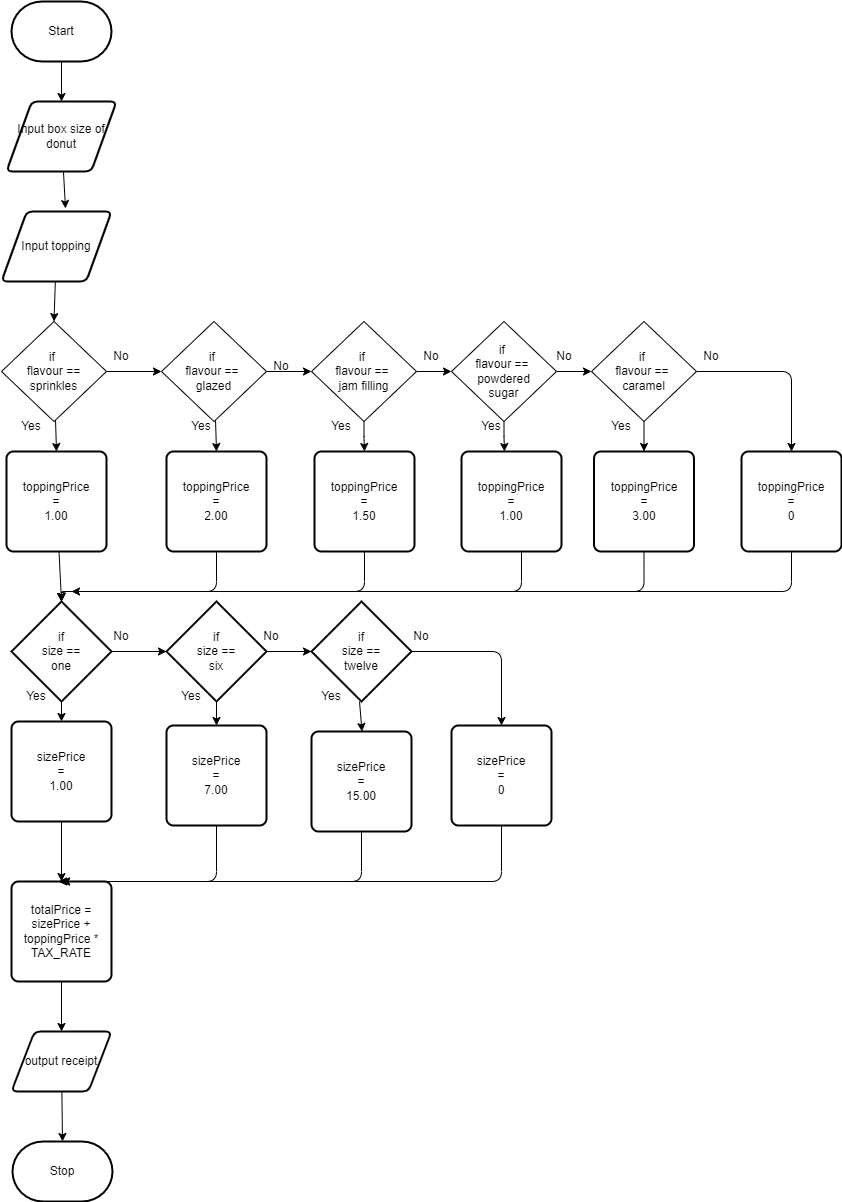
Above: design/flow-chart.png in Liya-Getachew/ICS2O-Assignment-4 (draw.io), before the change. Source tidied: cells renumbered, new cells last; positions are measured from the earlier drawing's top-left corner, leaving out a move shared by most shapes.
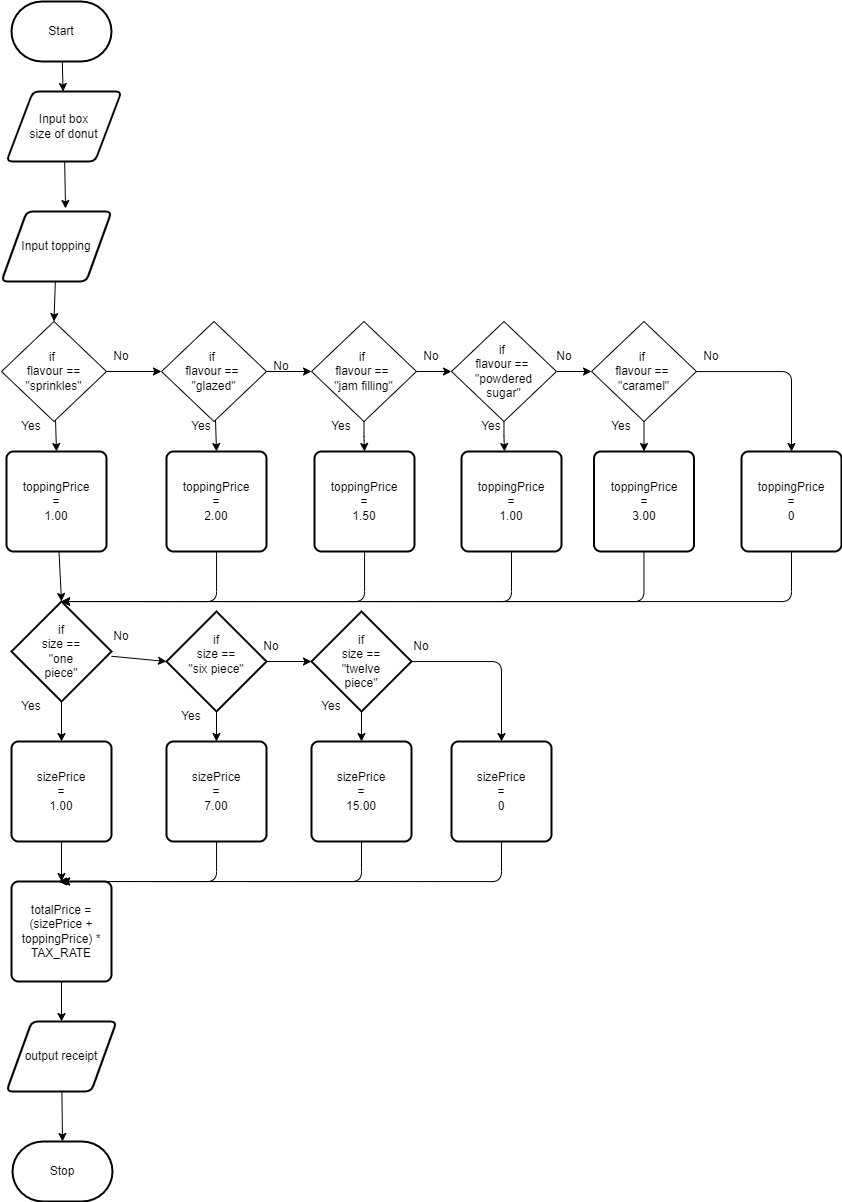
After the change.

Commit message:
final flowchart for now

Change to the diagram source:
```diff
@@ -11,8 +11,8 @@
     <mxCell id="4" style="edgeStyle=none;html=1;entryX=0.582;entryY=-0.043;entryDx=0;entryDy=0;entryPerimeter=0;" parent="1" edge="1" source="5" target="10">
       <mxGeometry relative="1" as="geometry" />
     </mxCell>
-    <mxCell id="5" value="Input box size of donut" style="shape=parallelogram;html=1;strokeWidth=2;perimeter=parallelogramPerimeter;whiteSpace=wrap;rounded=1;arcSize=12;size=0.23;" parent="1" vertex="1">
-      <mxGeometry x="5" y="100" width="110" height="70" as="geometry" />
+    <mxCell id="5" value="Input box &lt;br&gt;size of donut" style="shape=parallelogram;html=1;strokeWidth=2;perimeter=parallelogramPerimeter;whiteSpace=wrap;rounded=1;arcSize=12;size=0.23;" parent="1" vertex="1">
+      <mxGeometry x="5" y="90" width="115" height="70" as="geometry" />
     </mxCell>
     <mxCell id="6" style="edgeStyle=none;html=1;entryX=0.5;entryY=0;entryDx=0;entryDy=0;entryPerimeter=0;" parent="1" edge="1" source="7" target="16">
       <mxGeometry relative="1" as="geometry" />
@@ -35,41 +35,41 @@
     <mxCell id="12" style="edgeStyle=none;html=1;entryX=0;entryY=0.5;entryDx=0;entryDy=0;" parent="1" edge="1" source="13" target="27">
       <mxGeometry relative="1" as="geometry" />
     </mxCell>
-    <mxCell id="13" value="if&amp;nbsp;&lt;br&gt;flavour == sprinkles" style="rhombus;whiteSpace=wrap;html=1;" parent="1" vertex="1">
+    <mxCell id="13" value="if&amp;nbsp;&lt;br&gt;flavour == &quot;sprinkles&quot;" style="rhombus;whiteSpace=wrap;html=1;" parent="1" vertex="1">
       <mxGeometry y="320" width="105" height="100" as="geometry" />
     </mxCell>
     <mxCell id="14" style="edgeStyle=none;html=1;entryX=0.5;entryY=0;entryDx=0;entryDy=0;" parent="1" edge="1" source="16" target="18">
       <mxGeometry relative="1" as="geometry" />
     </mxCell>
-    <mxCell id="15" style="edgeStyle=orthogonalEdgeStyle;html=1;entryX=0;entryY=0.5;entryDx=0;entryDy=0;entryPerimeter=0;" parent="1" edge="1" source="16" target="58">
+    <mxCell id="15" style="html=1;entryX=0;entryY=0.5;entryDx=0;entryDy=0;entryPerimeter=0;" parent="1" edge="1" source="16" target="58">
       <mxGeometry relative="1" as="geometry" />
     </mxCell>
-    <mxCell id="16" value="if &lt;br&gt;size ==&lt;br&gt;one" style="strokeWidth=2;html=1;shape=mxgraph.flowchart.decision;whiteSpace=wrap;" parent="1" vertex="1">
+    <mxCell id="16" value="if &lt;br&gt;size ==&lt;br&gt;&quot;one&lt;br&gt;piece&quot;" style="strokeWidth=2;html=1;shape=mxgraph.flowchart.decision;whiteSpace=wrap;" parent="1" vertex="1">
       <mxGeometry x="10" y="600" width="100" height="100" as="geometry" />
     </mxCell>
     <mxCell id="17" style="edgeStyle=none;html=1;entryX=0.5;entryY=0;entryDx=0;entryDy=0;" parent="1" edge="1" source="18" target="20">
       <mxGeometry relative="1" as="geometry" />
     </mxCell>
     <mxCell id="18" value="sizePrice&lt;br&gt;=&lt;br&gt;1.00" style="rounded=1;whiteSpace=wrap;html=1;absoluteArcSize=1;arcSize=14;strokeWidth=2;" parent="1" vertex="1">
-      <mxGeometry x="10" y="720" width="100" height="100" as="geometry" />
+      <mxGeometry x="10" y="740" width="100" height="100" as="geometry" />
     </mxCell>
     <mxCell id="19" style="edgeStyle=none;html=1;entryX=0.5;entryY=0;entryDx=0;entryDy=0;" parent="1" edge="1" source="20" target="22">
       <mxGeometry relative="1" as="geometry" />
     </mxCell>
-    <mxCell id="20" value="totalPrice =&lt;br&gt;sizePrice + toppingPrice * TAX_RATE" style="rounded=1;whiteSpace=wrap;html=1;absoluteArcSize=1;arcSize=14;strokeWidth=2;" parent="1" vertex="1">
+    <mxCell id="20" value="totalPrice =&lt;br&gt;(sizePrice + toppingPrice) * TAX_RATE" style="rounded=1;whiteSpace=wrap;html=1;absoluteArcSize=1;arcSize=14;strokeWidth=2;" parent="1" vertex="1">
       <mxGeometry x="10" y="880" width="100" height="100" as="geometry" />
     </mxCell>
     <mxCell id="21" style="edgeStyle=none;html=1;entryX=0.5;entryY=0;entryDx=0;entryDy=0;entryPerimeter=0;" parent="1" edge="1" source="22" target="8">
       <mxGeometry relative="1" as="geometry" />
     </mxCell>
     <mxCell id="22" value="output receipt" style="shape=parallelogram;html=1;strokeWidth=2;perimeter=parallelogramPerimeter;whiteSpace=wrap;rounded=1;arcSize=12;size=0.23;" parent="1" vertex="1">
-      <mxGeometry x="10" y="1030" width="100" height="60" as="geometry" />
+      <mxGeometry x="5" y="1020" width="110" height="70" as="geometry" />
     </mxCell>
     <mxCell id="23" value="Yes" style="text;html=1;strokeColor=none;fillColor=none;align=center;verticalAlign=middle;whiteSpace=wrap;rounded=0;" parent="1" vertex="1">
       <mxGeometry y="410" width="60" height="30" as="geometry" />
     </mxCell>
     <mxCell id="24" value="Yes" style="text;html=1;strokeColor=none;fillColor=none;align=center;verticalAlign=middle;whiteSpace=wrap;rounded=0;" parent="1" vertex="1">
-      <mxGeometry x="5" y="680" width="60" height="30" as="geometry" />
+      <mxGeometry y="690" width="60" height="30" as="geometry" />
     </mxCell>
     <mxCell id="25" style="edgeStyle=none;html=1;entryX=0.5;entryY=0;entryDx=0;entryDy=0;" parent="1" edge="1" source="27" target="29">
       <mxGeometry relative="1" as="geometry" />
@@ -77,13 +77,13 @@
     <mxCell id="26" style="edgeStyle=orthogonalEdgeStyle;html=1;entryX=0;entryY=0.5;entryDx=0;entryDy=0;" parent="1" edge="1" source="27" target="33">
       <mxGeometry relative="1" as="geometry" />
     </mxCell>
-    <mxCell id="27" value="if&amp;nbsp;&lt;br&gt;flavour ==&amp;nbsp;&lt;br&gt;glazed" style="rhombus;whiteSpace=wrap;html=1;" parent="1" vertex="1">
+    <mxCell id="27" value="if&amp;nbsp;&lt;br&gt;flavour ==&amp;nbsp;&lt;br&gt;&quot;glazed&quot;" style="rhombus;whiteSpace=wrap;html=1;" parent="1" vertex="1">
       <mxGeometry x="160" y="320" width="105" height="100" as="geometry" />
     </mxCell>
     <mxCell id="28" style="edgeStyle=orthogonalEdgeStyle;html=1;entryX=0.5;entryY=0;entryDx=0;entryDy=0;entryPerimeter=0;" parent="1" edge="1" source="29" target="16">
       <mxGeometry relative="1" as="geometry">
         <Array as="points">
-          <mxPoint x="215" y="590" />
+          <mxPoint x="215" y="600" />
         </Array>
       </mxGeometry>
     </mxCell>
@@ -99,7 +99,7 @@
     <mxCell id="32" style="edgeStyle=orthogonalEdgeStyle;html=1;entryX=0.5;entryY=0;entryDx=0;entryDy=0;" parent="1" edge="1" source="33" target="41">
       <mxGeometry relative="1" as="geometry" />
     </mxCell>
-    <mxCell id="33" value="if&amp;nbsp;&lt;br&gt;flavour ==&amp;nbsp;&lt;br&gt;jam filling" style="rhombus;whiteSpace=wrap;html=1;" parent="1" vertex="1">
+    <mxCell id="33" value="if&amp;nbsp;&lt;br&gt;flavour ==&amp;nbsp;&lt;br&gt;&quot;jam filling&quot;" style="rhombus;whiteSpace=wrap;html=1;" parent="1" vertex="1">
       <mxGeometry x="310" y="320" width="105" height="100" as="geometry" />
     </mxCell>
     <mxCell id="34" style="edgeStyle=orthogonalEdgeStyle;html=1;entryX=0.43;entryY=0;entryDx=0;entryDy=0;entryPerimeter=0;" parent="1" edge="1" source="36" target="43">
@@ -108,7 +108,7 @@
     <mxCell id="35" style="edgeStyle=orthogonalEdgeStyle;html=1;entryX=0;entryY=0.5;entryDx=0;entryDy=0;" parent="1" edge="1" source="36" target="39">
       <mxGeometry relative="1" as="geometry" />
     </mxCell>
-    <mxCell id="36" value="if&amp;nbsp;&lt;br&gt;flavour ==&amp;nbsp;&lt;br&gt;powdered &lt;br&gt;sugar" style="rhombus;whiteSpace=wrap;html=1;" parent="1" vertex="1">
+    <mxCell id="36" value="if&amp;nbsp;&lt;br&gt;flavour ==&amp;nbsp;&lt;br&gt;&quot;powdered &lt;br&gt;sugar&quot;" style="rhombus;whiteSpace=wrap;html=1;" parent="1" vertex="1">
       <mxGeometry x="450" y="320" width="105" height="100" as="geometry" />
     </mxCell>
     <mxCell id="37" style="edgeStyle=orthogonalEdgeStyle;html=1;entryX=0.5;entryY=0;entryDx=0;entryDy=0;" parent="1" edge="1" source="39" target="45">
@@ -117,47 +117,48 @@
     <mxCell id="38" style="edgeStyle=orthogonalEdgeStyle;html=1;entryX=0.5;entryY=0;entryDx=0;entryDy=0;" parent="1" edge="1" source="39" target="47">
       <mxGeometry relative="1" as="geometry" />
     </mxCell>
-    <mxCell id="39" value="if&amp;nbsp;&lt;br&gt;flavour ==&amp;nbsp;&lt;br&gt;caramel" style="rhombus;whiteSpace=wrap;html=1;" parent="1" vertex="1">
+    <mxCell id="39" value="if&amp;nbsp;&lt;br&gt;flavour ==&amp;nbsp;&lt;br&gt;&quot;caramel&quot;" style="rhombus;whiteSpace=wrap;html=1;" parent="1" vertex="1">
       <mxGeometry x="590" y="320" width="105" height="100" as="geometry" />
     </mxCell>
     <mxCell id="40" style="edgeStyle=orthogonalEdgeStyle;html=1;entryX=0.5;entryY=0;entryDx=0;entryDy=0;entryPerimeter=0;" parent="1" edge="1" source="41" target="16">
       <mxGeometry relative="1" as="geometry">
         <Array as="points">
-          <mxPoint x="363" y="590" />
+          <mxPoint x="363" y="600" />
         </Array>
       </mxGeometry>
     </mxCell>
     <mxCell id="41" value="toppingPrice&lt;br&gt;=&lt;br&gt;1.50" style="rounded=1;whiteSpace=wrap;html=1;absoluteArcSize=1;arcSize=14;strokeWidth=2;" parent="1" vertex="1">
       <mxGeometry x="313" y="450" width="100" height="100" as="geometry" />
     </mxCell>
-    <mxCell id="42" style="edgeStyle=orthogonalEdgeStyle;html=1;entryX=0.5;entryY=0;entryDx=0;entryDy=0;entryPerimeter=0;" parent="1" edge="1" source="43" target="16">
-      <mxGeometry relative="1" as="geometry">
-        <Array as="points">
-          <mxPoint x="520" y="590" />
-        </Array>
-      </mxGeometry>
-    </mxCell>
+    <mxCell id="73" style="edgeStyle=orthogonalEdgeStyle;html=1;" parent="1" edge="1" source="43">
+      <mxGeometry relative="1" as="geometry">
+        <mxPoint x="60" y="600" as="targetPoint" />
+        <Array as="points">
+          <mxPoint x="510" y="600" />
+        </Array>
+      </mxGeometry>
+    </mxCell>
     <mxCell id="43" value="toppingPrice&lt;br&gt;=&lt;br&gt;1.00" style="rounded=1;whiteSpace=wrap;html=1;absoluteArcSize=1;arcSize=14;strokeWidth=2;" parent="1" vertex="1">
       <mxGeometry x="460" y="450" width="100" height="100" as="geometry" />
     </mxCell>
     <mxCell id="44" style="edgeStyle=orthogonalEdgeStyle;html=1;entryX=0.5;entryY=0;entryDx=0;entryDy=0;entryPerimeter=0;" parent="1" edge="1" source="45" target="16">
       <mxGeometry relative="1" as="geometry">
         <Array as="points">
-          <mxPoint x="643" y="590" />
+          <mxPoint x="643" y="600" />
         </Array>
       </mxGeometry>
     </mxCell>
     <mxCell id="45" value="toppingPrice&lt;br&gt;=&lt;br&gt;3.00" style="rounded=1;whiteSpace=wrap;html=1;absoluteArcSize=1;arcSize=14;strokeWidth=2;" parent="1" vertex="1">
       <mxGeometry x="592.5" y="450" width="100" height="100" as="geometry" />
     </mxCell>
-    <mxCell id="46" style="edgeStyle=orthogonalEdgeStyle;html=1;" parent="1" edge="1" source="47">
-      <mxGeometry relative="1" as="geometry">
-        <mxPoint x="70" y="590" as="targetPoint" />
-        <Array as="points">
-          <mxPoint x="790" y="590" />
-        </Array>
-      </mxGeometry>
-    </mxCell>
+    <mxCell id="74" style="edgeStyle=orthogonalEdgeStyle;html=1;entryX=0.5;entryY=0;entryDx=0;entryDy=0;entryPerimeter=0;" parent="1" edge="1" source="47" target="16">
+      <mxGeometry relative="1" as="geometry">
+        <Array as="points">
+          <mxPoint x="790" y="600" />
+          <mxPoint x="60" y="600" />
+        </Array>
+      </mxGeometry>
+    </mxCell>
     <mxCell id="47" value="toppingPrice&lt;br&gt;=&lt;br&gt;0" style="rounded=1;whiteSpace=wrap;html=1;absoluteArcSize=1;arcSize=14;strokeWidth=2;" parent="1" vertex="1">
       <mxGeometry x="740" y="450" width="100" height="100" as="geometry" />
     </mxCell>
@@ -191,20 +192,17 @@
     <mxCell id="57" style="edgeStyle=orthogonalEdgeStyle;html=1;entryX=0.5;entryY=0;entryDx=0;entryDy=0;" parent="1" edge="1" source="58" target="63">
       <mxGeometry relative="1" as="geometry" />
     </mxCell>
-    <mxCell id="58" value="if &lt;br&gt;size ==&lt;br&gt;six&lt;span style=&quot;color: rgba(0 , 0 , 0 , 0) ; font-family: monospace ; font-size: 0px&quot;&gt;%3CmxGraphModel%3E%3Croot%3E%3CmxCell%20id%3D%220%22%2F%3E%3CmxCell%20id%3D%221%22%20parent%3D%220%22%2F%3E%3CmxCell%20id%3D%222%22%20value%3D%22if%20%26lt%3Bbr%26gt%3Bsize%20%3D%3D%26lt%3Bbr%26gt%3Bone%22%20style%3D%22strokeWidth%3D2%3Bhtml%3D1%3Bshape%3Dmxgraph.flowchart.decision%3BwhiteSpace%3Dwrap%3B%22%20vertex%3D%221%22%20parent%3D%221%22%3E%3CmxGeometry%20x%3D%22300%22%20y%3D%22850%22%20width%3D%22100%22%20height%3D%22100%22%20as%3D%22geometry%22%2F%3E%3C%2FmxCell%3E%3C%2Froot%3E%3C%2FmxGraphModel%3E&lt;/span&gt;" style="strokeWidth=2;html=1;shape=mxgraph.flowchart.decision;whiteSpace=wrap;" parent="1" vertex="1">
-      <mxGeometry x="165" y="600" width="100" height="100" as="geometry" />
+    <mxCell id="58" value="if &lt;br&gt;size ==&lt;br&gt;&quot;six piece&quot;&lt;br&gt;&lt;span style=&quot;color: rgba(0 , 0 , 0 , 0) ; font-family: monospace ; font-size: 0px&quot;&gt;pievce%3CmxGraphModel%3E%3Croot%3E%3CmxCell%20id%3D%220%22%2F%3E%3CmxCell%20id%3D%221%22%20parent%3D%220%22%2F%3E%3CmxCell%20id%3D%222%22%20value%3D%22if%20%26lt%3Bbr%26gt%3Bsize%20%3D%3D%26lt%3Bbr%26gt%3Bone%22%20style%3D%22strokeWidth%3D2%3Bhtml%3D1%3Bshape%3Dmxgraph.flowchart.decision%3BwhiteSpace%3Dwrap%3B%22%20vertex%3D%221%22%20parent%3D%221%22%3E%3CmxGeometry%20x%3D%22300%22%20y%3D%22850%22%20width%3D%22100%22%20height%3D%22100%22%20as%3D%22geometry%22%2F%3E%3C%2FmxCell%3E%3C%2Froot%3E%3C%2FmxGraphModel%3E&lt;/span&gt;" style="strokeWidth=2;html=1;shape=mxgraph.flowchart.decision;whiteSpace=wrap;" parent="1" vertex="1">
+      <mxGeometry x="165" y="610" width="100" height="100" as="geometry" />
     </mxCell>
-    <mxCell id="59" style="html=1;entryX=0.5;entryY=0;entryDx=0;entryDy=0;" parent="1" edge="1">
-      <mxGeometry relative="1" as="geometry">
-        <mxPoint x="358" y="700" as="sourcePoint" />
-        <mxPoint x="360.5" y="730" as="targetPoint" />
-      </mxGeometry>
-    </mxCell>
     <mxCell id="60" style="edgeStyle=orthogonalEdgeStyle;html=1;entryX=0.5;entryY=0;entryDx=0;entryDy=0;" parent="1" edge="1" source="61" target="69">
       <mxGeometry relative="1" as="geometry" />
     </mxCell>
+    <mxCell id="75" style="edgeStyle=orthogonalEdgeStyle;html=1;entryX=0.5;entryY=0;entryDx=0;entryDy=0;" parent="1" edge="1" source="61" target="67">
+      <mxGeometry relative="1" as="geometry" />
+    </mxCell>
-    <mxCell id="61" value="if &lt;br&gt;size ==&lt;br&gt;twelve&lt;span style=&quot;color: rgba(0 , 0 , 0 , 0) ; font-family: monospace ; font-size: 0px&quot;&gt;%3CmxGraphModel%3E%3Croot%3E%3CmxCell%20id%3D%220%22%2F%3E%3CmxCell%20id%3D%221%22%20parent%3D%220%22%2F%3E%3CmxCell%20id%3D%222%22%20value%3D%22if%20%26lt%3Bbr%26gt%3Bsize%20%3D%3D%26lt%3Bbr%26gt%3Bone%22%20style%3D%22strokeWidth%3D2%3Bhtml%3D1%3Bshape%3Dmxgraph.flowchart.decision%3BwhiteSpace%3Dwrap%3B%22%20vertex%3D%221%22%20parent%3D%221%22%3E%3CmxGeometry%20x%3D%22300%22%20y%3D%22850%22%20width%3D%22100%22%20height%3D%22100%22%20as%3D%22geometry%22%2F%3E%3C%2FmxCell%3E%3C%2Froot%3E%3C%2FmxGraphModel%3E&lt;/span&gt;" style="strokeWidth=2;html=1;shape=mxgraph.flowchart.decision;whiteSpace=wrap;" parent="1" vertex="1">
-      <mxGeometry x="310" y="600" width="100" height="100" as="geometry" />
+    <mxCell id="61" value="if &lt;br&gt;size ==&lt;br&gt;&quot;twelve &lt;br&gt;piece&quot;&lt;span style=&quot;color: rgba(0 , 0 , 0 , 0) ; font-family: monospace ; font-size: 0px&quot;&gt;%3CmxGraphModel%3E%3Croot%3E%3CmxCell%20id%3D%220%22%2F%3E%3CmxCell%20id%3D%221%22%20parent%3D%220%22%2F%3E%3CmxCell%20id%3D%222%22%20value%3D%22if%20%26lt%3Bbr%26gt%3Bsize%20%3D%3D%26lt%3Bbr%26gt%3Bone%22%20style%3D%22strokeWidth%3D2%3Bhtml%3D1%3Bshape%3Dmxgraph.flowchart.decision%3BwhiteSpace%3Dwrap%3B%22%20vertex%3D%221%22%20parent%3D%221%22%3E%3CmxGeometry%20x%3D%22300%22%20y%3D%22850%22%20width%3D%22100%22%20height%3D%22100%22%20as%3D%22geometry%22%2F%3E%3C%2FmxCell%3E%3C%2Froot%3E%3C%2FmxGraphModel%3E&lt;/span&gt;" style="strokeWidth=2;html=1;shape=mxgraph.flowchart.decision;whiteSpace=wrap;" parent="1" vertex="1">
+      <mxGeometry x="310" y="610" width="100" height="100" as="geometry" />
     </mxCell>
     <mxCell id="62" style="edgeStyle=orthogonalEdgeStyle;html=1;entryX=0.5;entryY=0;entryDx=0;entryDy=0;" parent="1" edge="1" source="63" target="20">
       <mxGeometry relative="1" as="geometry">
@@ -214,13 +212,13 @@
       </mxGeometry>
     </mxCell>
     <mxCell id="63" value="sizePrice&lt;br&gt;=&lt;br&gt;7.00" style="rounded=1;whiteSpace=wrap;html=1;absoluteArcSize=1;arcSize=14;strokeWidth=2;" parent="1" vertex="1">
-      <mxGeometry x="165" y="724" width="100" height="100" as="geometry" />
+      <mxGeometry x="165" y="740" width="100" height="100" as="geometry" />
     </mxCell>
     <mxCell id="64" value="Yes" style="text;html=1;strokeColor=none;fillColor=none;align=center;verticalAlign=middle;whiteSpace=wrap;rounded=0;" parent="1" vertex="1">
-      <mxGeometry x="160" y="680" width="60" height="30" as="geometry" />
+      <mxGeometry x="160" y="700" width="60" height="30" as="geometry" />
     </mxCell>
     <mxCell id="65" value="Yes" style="text;html=1;strokeColor=none;fillColor=none;align=center;verticalAlign=middle;whiteSpace=wrap;rounded=0;" parent="1" vertex="1">
-      <mxGeometry x="300" y="680" width="60" height="30" as="geometry" />
+      <mxGeometry x="300" y="690" width="60" height="30" as="geometry" />
     </mxCell>
     <mxCell id="66" style="edgeStyle=orthogonalEdgeStyle;html=1;entryX=0.5;entryY=0;entryDx=0;entryDy=0;" parent="1" edge="1" source="67" target="20">
       <mxGeometry relative="1" as="geometry">
@@ -230,7 +228,7 @@
       </mxGeometry>
     </mxCell>
     <mxCell id="67" value="sizePrice&lt;br&gt;=&lt;br&gt;15.00" style="rounded=1;whiteSpace=wrap;html=1;absoluteArcSize=1;arcSize=14;strokeWidth=2;" parent="1" vertex="1">
-      <mxGeometry x="310" y="730" width="100" height="100" as="geometry" />
+      <mxGeometry x="310" y="740" width="100" height="100" as="geometry" />
     </mxCell>
     <mxCell id="68" style="edgeStyle=orthogonalEdgeStyle;html=1;" parent="1" edge="1" source="69">
       <mxGeometry relative="1" as="geometry">
@@ -241,16 +239,16 @@
       </mxGeometry>
     </mxCell>
     <mxCell id="69" value="sizePrice&lt;br&gt;=&lt;br&gt;0" style="rounded=1;whiteSpace=wrap;html=1;absoluteArcSize=1;arcSize=14;strokeWidth=2;" parent="1" vertex="1">
-      <mxGeometry x="450" y="724" width="100" height="100" as="geometry" />
+      <mxGeometry x="450" y="740" width="100" height="100" as="geometry" />
     </mxCell>
     <mxCell id="70" value="No" style="text;html=1;strokeColor=none;fillColor=none;align=center;verticalAlign=middle;whiteSpace=wrap;rounded=0;" parent="1" vertex="1">
       <mxGeometry x="90" y="620" width="60" height="30" as="geometry" />
     </mxCell>
     <mxCell id="71" value="No" style="text;html=1;strokeColor=none;fillColor=none;align=center;verticalAlign=middle;whiteSpace=wrap;rounded=0;" parent="1" vertex="1">
-      <mxGeometry x="240" y="620" width="60" height="30" as="geometry" />
+      <mxGeometry x="240" y="630" width="60" height="30" as="geometry" />
     </mxCell>
     <mxCell id="72" value="No" style="text;html=1;strokeColor=none;fillColor=none;align=center;verticalAlign=middle;whiteSpace=wrap;rounded=0;" parent="1" vertex="1">
-      <mxGeometry x="390" y="620" width="60" height="30" as="geometry" />
+      <mxGeometry x="390" y="630" width="60" height="30" as="geometry" />
     </mxCell>
   </root>
 </mxGraphModel>
```
